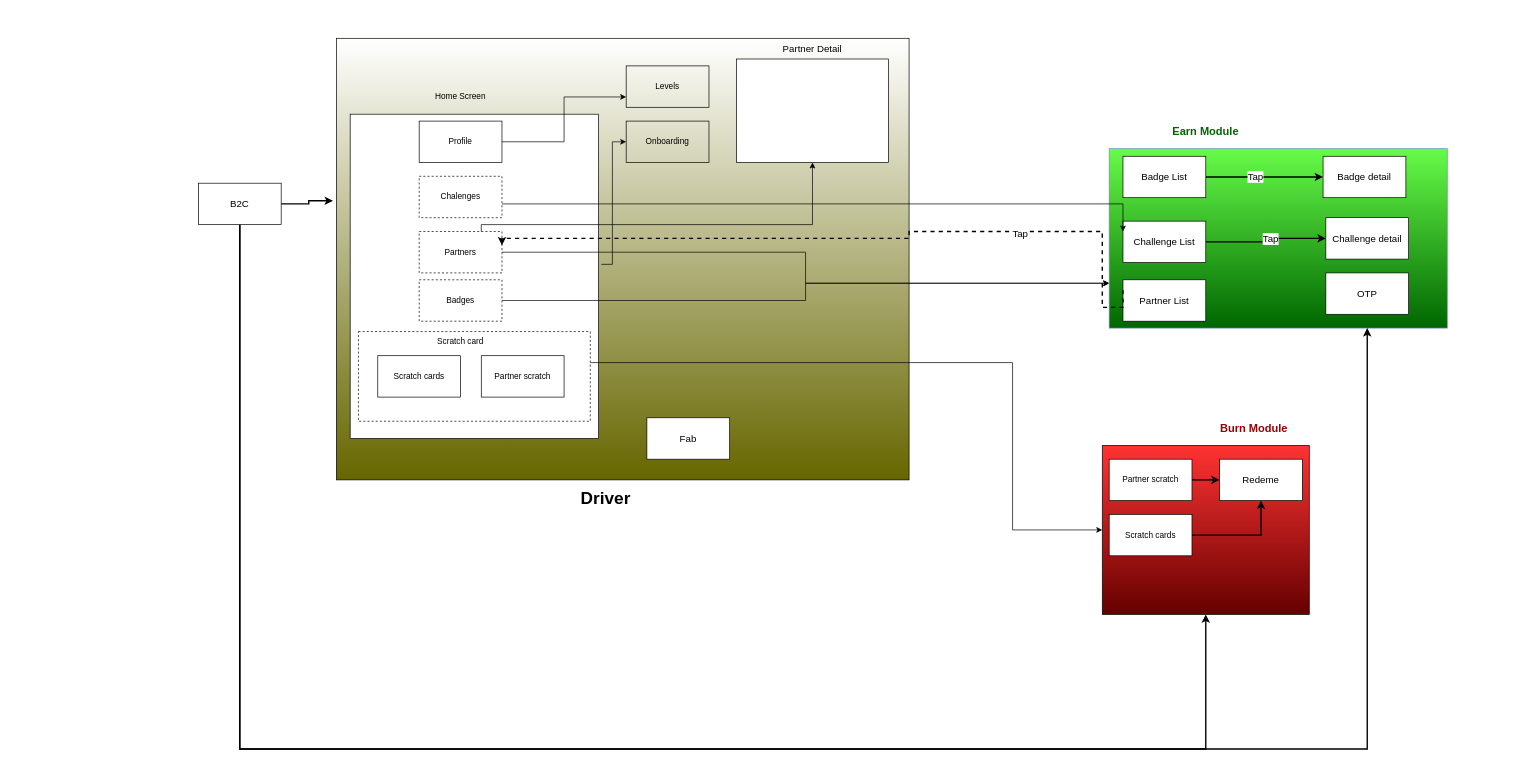
Before: image/Untitled Diagram.drawio in jawad-ext/Dater, a draw.io diagram. Source tidied: cells renumbered, new cells numbered last; positions are measured from the earlier drawing's top-left corner, leaving out a move shared by most shapes. Both pictures are drawn from the tidied source at 69%, with x=0, y=0 at pixel (198, 38).
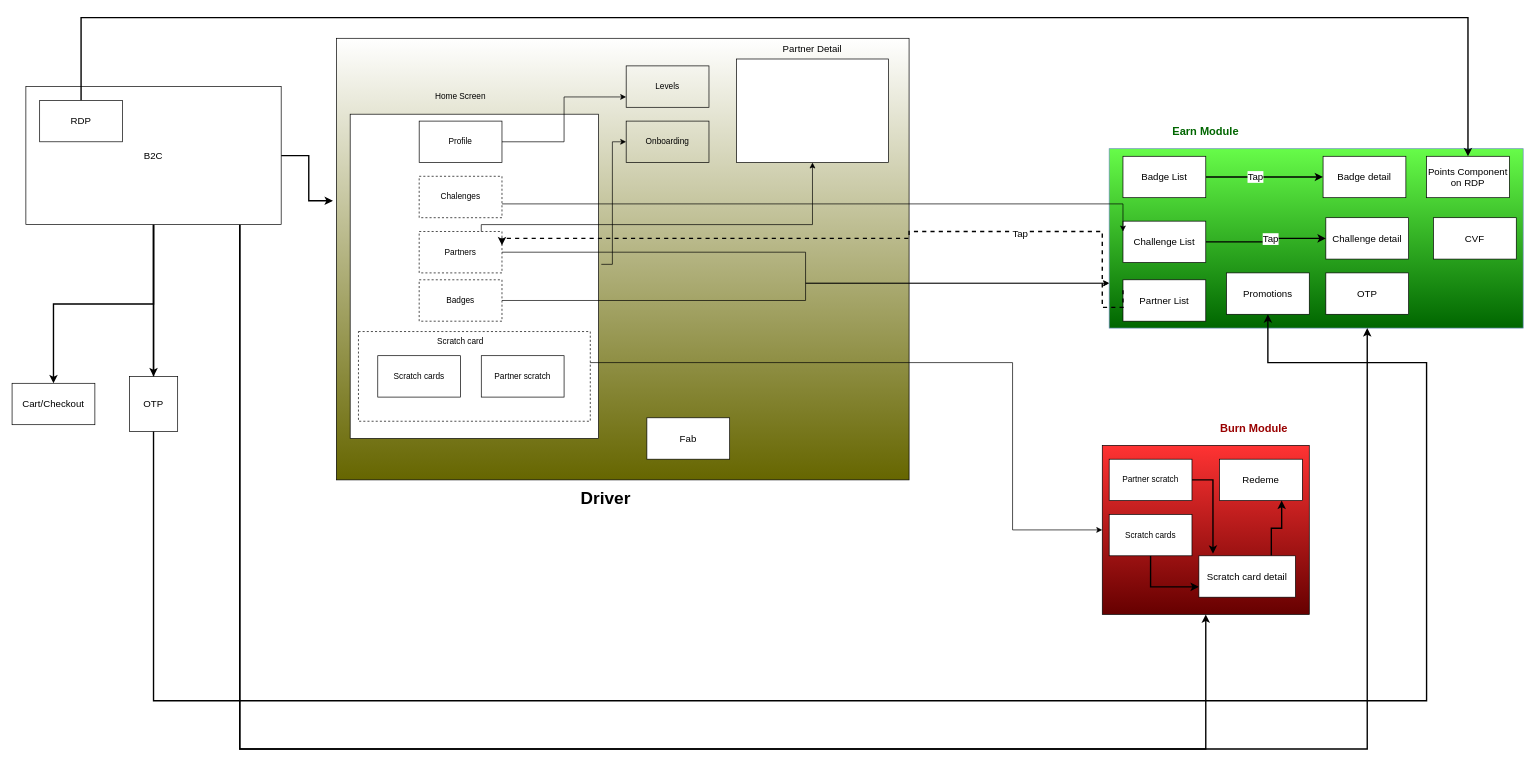
The same diagram, later.

The change refers to these unchanged cells:
```xml
<mxCell id="35" value="Redeme" style="rounded=0;whiteSpace=wrap;html=1;fontSize=14;fontColor=#000000;fillColor=default;gradientColor=none;" parent="1" vertex="1">
  <mxGeometry x="1480" y="610" width="120" height="60" as="geometry" />
</mxCell>
<mxCell id="37" value="Partner scratch" style="rounded=0;whiteSpace=wrap;html=1;" parent="1" vertex="1">
  <mxGeometry x="1320" y="610" width="120" height="60" as="geometry" />
</mxCell>
<mxCell id="39" value="Scratch cards" style="rounded=0;whiteSpace=wrap;html=1;" parent="1" vertex="1">
  <mxGeometry x="1320" y="690" width="120" height="60" as="geometry" />
</mxCell>
```

The edit, as a diff of the source:
```diff
@@
     <mxCell id="19" style="rounded=0;whiteSpace=wrap;html=1;fillColor=#67FC49;strokeColor=#6c8ebf;gradientColor=#006600;" parent="1" vertex="1">
-      <mxGeometry x="1320" y="160" width="490" height="260" as="geometry" />
+      <mxGeometry x="1320" y="160" width="600" height="260" as="geometry" />
     </mxCell>
@@
-    <mxCell id="36" style="edgeStyle=orthogonalEdgeStyle;rounded=0;jettySize=auto;html=1;exitX=1;exitY=0.5;exitDx=0;exitDy=0;entryX=0;entryY=0.5;entryDx=0;entryDy=0;fontSize=14;fontColor=#000000;startArrow=none;startFill=0;endArrow=classic;endFill=1;strokeWidth=2;" parent="1" edge="1" source="37" target="35">
-      <mxGeometry relative="1" as="geometry" />
-    </mxCell>
+    <mxCell id="51" style="edgeStyle=orthogonalEdgeStyle;rounded=0;jettySize=auto;html=1;exitX=1;exitY=0.5;exitDx=0;exitDy=0;entryX=0.146;entryY=-0.05;entryDx=0;entryDy=0;entryPerimeter=0;fontSize=14;fontColor=#000000;startArrow=none;startFill=0;endArrow=classic;endFill=1;strokeWidth=2;" parent="1" edge="1" source="37" target="58">
+      <mxGeometry relative="1" as="geometry">
+        <Array as="points">
+          <mxPoint x="1471" y="640" />
+        </Array>
+      </mxGeometry>
+    </mxCell>
@@
-    <mxCell id="38" style="edgeStyle=orthogonalEdgeStyle;rounded=0;jettySize=auto;html=1;exitX=1;exitY=0.5;exitDx=0;exitDy=0;entryX=0.5;entryY=1;entryDx=0;entryDy=0;fontSize=14;fontColor=#000000;startArrow=none;startFill=0;endArrow=classic;endFill=1;strokeWidth=2;" parent="1" edge="1" source="39" target="35">
-      <mxGeometry relative="1" as="geometry" />
-    </mxCell>
+    <mxCell id="52" style="edgeStyle=orthogonalEdgeStyle;rounded=0;jettySize=auto;html=1;exitX=0.5;exitY=1;exitDx=0;exitDy=0;entryX=0;entryY=0.75;entryDx=0;entryDy=0;fontSize=14;fontColor=#000000;startArrow=none;startFill=0;endArrow=classic;endFill=1;strokeWidth=2;" parent="1" edge="1" source="39" target="58">
+      <mxGeometry relative="1" as="geometry" />
+    </mxCell>
@@
+    <mxCell id="53" style="edgeStyle=orthogonalEdgeStyle;rounded=0;jettySize=auto;html=1;entryX=0.5;entryY=0;entryDx=0;entryDy=0;fontSize=14;fontColor=#000000;startArrow=none;startFill=0;endArrow=classic;endFill=1;strokeWidth=2;" parent="1" edge="1" source="49" target="62">
+      <mxGeometry relative="1" as="geometry" />
+    </mxCell>
+    <mxCell id="54" style="edgeStyle=orthogonalEdgeStyle;rounded=0;jettySize=auto;html=1;entryX=0.5;entryY=0;entryDx=0;entryDy=0;fontSize=14;fontColor=#000000;startArrow=none;startFill=0;endArrow=classic;endFill=1;strokeWidth=2;" parent="1" edge="1" source="49" target="64">
+      <mxGeometry relative="1" as="geometry" />
+    </mxCell>
+    <mxCell id="55" style="edgeStyle=orthogonalEdgeStyle;rounded=0;jettySize=auto;html=1;entryX=0.5;entryY=1;entryDx=0;entryDy=0;fontSize=14;fontColor=#000000;startArrow=none;startFill=0;endArrow=classic;endFill=1;strokeWidth=2;" parent="1" edge="1" source="49" target="56">
+      <mxGeometry relative="1" as="geometry">
+        <Array as="points">
+          <mxPoint x="-65" y="960" />
+          <mxPoint x="1780" y="960" />
+          <mxPoint x="1780" y="470" />
+          <mxPoint x="1550" y="470" />
+        </Array>
+      </mxGeometry>
+    </mxCell>
     <mxCell id="49" value="B2C" style="rounded=0;whiteSpace=wrap;html=1;fontSize=14;fontColor=#000000;fillColor=default;gradientColor=none;" parent="1" vertex="1">
-      <mxGeometry y="210" width="120" height="60" as="geometry" />
+      <mxGeometry x="-250" y="70" width="370" height="200" as="geometry" />
     </mxCell>
@@
+    <mxCell id="56" value="Promotions" style="rounded=0;whiteSpace=wrap;html=1;fontSize=14;fontColor=#000000;fillColor=default;gradientColor=none;" parent="1" vertex="1">
+      <mxGeometry x="1490" y="340" width="120" height="60" as="geometry" />
+    </mxCell>
+    <mxCell id="57" style="edgeStyle=orthogonalEdgeStyle;rounded=0;jettySize=auto;html=1;exitX=0.75;exitY=0;exitDx=0;exitDy=0;entryX=0.75;entryY=1;entryDx=0;entryDy=0;fontSize=14;fontColor=#000000;startArrow=none;startFill=0;endArrow=classic;endFill=1;strokeWidth=2;" parent="1" edge="1" source="58" target="35">
+      <mxGeometry relative="1" as="geometry" />
+    </mxCell>
+    <mxCell id="58" value="Scratch card detail" style="rounded=0;whiteSpace=wrap;html=1;fontSize=14;fontColor=#000000;fillColor=default;gradientColor=none;" parent="1" vertex="1">
+      <mxGeometry x="1450" y="750" width="140" height="60" as="geometry" />
+    </mxCell>
+    <mxCell id="59" value="Points Component on RDP" style="rounded=0;whiteSpace=wrap;html=1;fontSize=14;fontColor=#000000;fillColor=default;gradientColor=none;" parent="1" vertex="1">
+      <mxGeometry x="1780" y="171" width="120" height="60" as="geometry" />
+    </mxCell>
+    <mxCell id="60" style="edgeStyle=orthogonalEdgeStyle;rounded=0;jettySize=auto;html=1;fontSize=14;fontColor=#000000;startArrow=none;startFill=0;endArrow=classic;endFill=1;strokeWidth=2;" parent="1" edge="1" source="61" target="59">
+      <mxGeometry relative="1" as="geometry">
+        <Array as="points">
+          <mxPoint x="-170" y="-30" />
+          <mxPoint x="1840" y="-30" />
+        </Array>
+      </mxGeometry>
+    </mxCell>
+    <mxCell id="61" value="RDP" style="rounded=0;whiteSpace=wrap;html=1;fontSize=14;fontColor=#000000;fillColor=default;gradientColor=none;" parent="1" vertex="1">
+      <mxGeometry x="-230" y="90" width="120" height="60" as="geometry" />
+    </mxCell>
+    <mxCell id="62" value="OTP" style="rounded=0;whiteSpace=wrap;html=1;fontSize=14;fontColor=#000000;fillColor=default;gradientColor=none;" parent="1" vertex="1">
+      <mxGeometry x="-100" y="490" width="70" height="80" as="geometry" />
+    </mxCell>
+    <mxCell id="63" value="CVF" style="rounded=0;whiteSpace=wrap;html=1;fontSize=14;fontColor=#000000;fillColor=default;gradientColor=none;" parent="1" vertex="1">
+      <mxGeometry x="1790" y="260" width="120" height="60" as="geometry" />
+    </mxCell>
+    <mxCell id="64" value="Cart/Checkout" style="rounded=0;whiteSpace=wrap;html=1;fontSize=14;fontColor=#000000;fillColor=default;gradientColor=none;" parent="1" vertex="1">
+      <mxGeometry x="-270" y="500" width="120" height="60" as="geometry" />
+    </mxCell>
```
